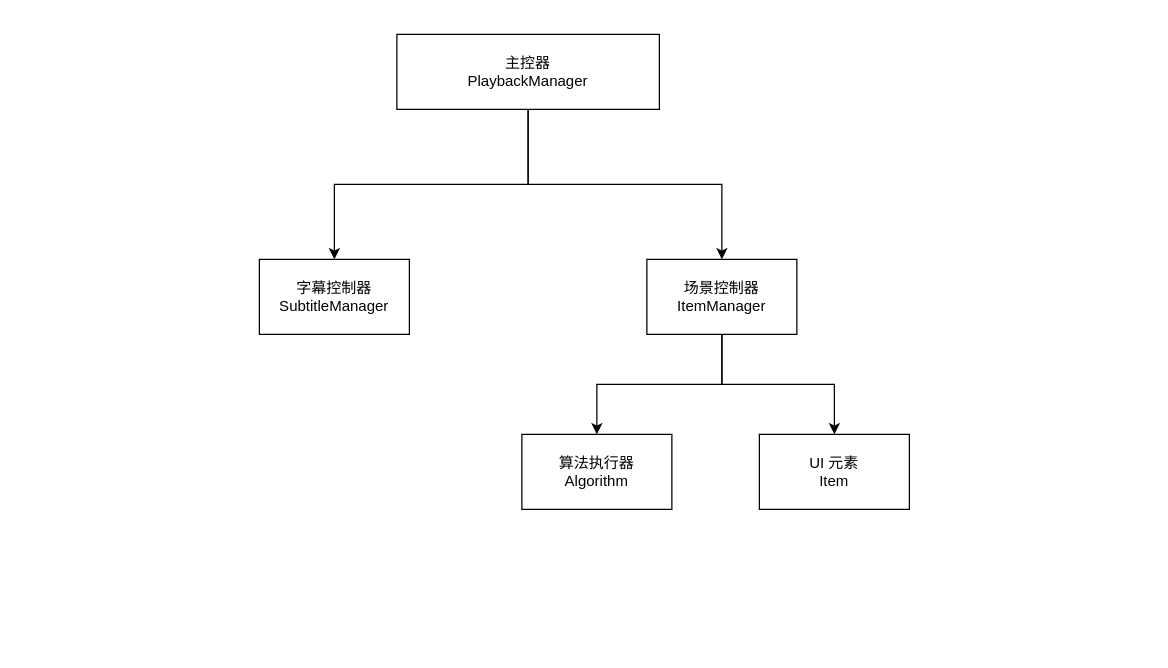
This is architectures/播放器架构图.drawio from k3-studio/drawing, a draw.io file, before an edit. Source tidied: cells renumbered, new cells numbered last; positions are measured from the earlier drawing's top-left corner, leaving out a move shared by most shapes. Both pictures are drawn from the tidied source at 125%, with x=0, y=0 at pixel (259, 34).
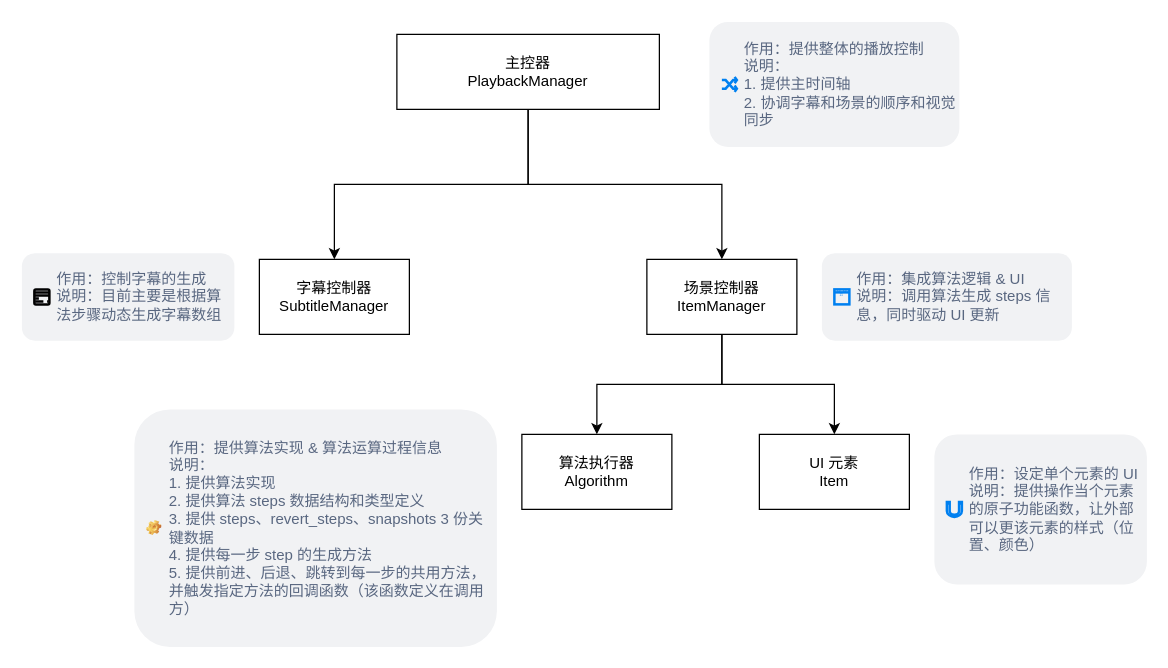
After the change.

Commit message:
播放器架构图.drawio 新增注释

The edit, as a diff of the source:
```diff
@@
+    <mxCell id="11" value="作用：控制字幕的生成&lt;br&gt;说明：目前主要是根据算法步骤动态生成字幕数组" style="rounded=1;align=left;fillColor=#F1F2F4;strokeColor=none;html=1;fontColor=#596780;fontSize=12;spacingLeft=26;whiteSpace=wrap;" parent="1" vertex="1">
+      <mxGeometry x="-190" y="175" width="170" height="70" as="geometry" />
+    </mxCell>
+    <mxCell id="12" style="shape=mxgraph.ios7.icons.credit_card;fillColor=none;strokeColor=default;fontColor=#3333FF;labelPosition=right;verticalLabelPosition=bottom;align=center;verticalAlign=top;html=1;whiteSpace=wrap;spacingLeft=5;labelBackgroundColor=#ffffff;strokeWidth=2;shadow=0;dashed=0;" parent="11" vertex="1">
+      <mxGeometry y="0.5" width="12" height="12" relative="1" as="geometry">
+        <mxPoint x="10" y="-6" as="offset" />
+      </mxGeometry>
+    </mxCell>
+    <mxCell id="13" value="作用：集成算法逻辑 &amp;amp; UI&lt;br&gt;说明：调用算法生成 steps 信息，同时驱动 UI 更新" style="rounded=1;align=left;fillColor=#F1F2F4;strokeColor=none;html=1;fontColor=#596780;fontSize=12;spacingLeft=26;whiteSpace=wrap;" parent="1" vertex="1">
+      <mxGeometry x="450" y="175" width="200" height="70" as="geometry" />
+    </mxCell>
+    <mxCell id="14" style="shape=mxgraph.ios7.icons.calendar;fillColor=none;strokeColor=#0080F0;fontColor=#ffffff;labelPosition=right;verticalLabelPosition=bottom;align=center;verticalAlign=top;html=1;whiteSpace=wrap;spacingLeft=5;labelBackgroundColor=#ffffff;strokeWidth=2;shadow=0;dashed=0;" parent="13" vertex="1">
+      <mxGeometry y="0.5" width="12" height="12" relative="1" as="geometry">
+        <mxPoint x="10" y="-6" as="offset" />
+      </mxGeometry>
+    </mxCell>
+    <mxCell id="15" value="作用：提供算法实现 &amp;amp; 算法运算过程信息&lt;br&gt;说明：&lt;br&gt;1. 提供算法实现&lt;br&gt;2. 提供算法 steps 数据结构和类型定义&lt;br&gt;3. 提供 steps、revert_steps、snapshots 3 份关键数据&lt;br&gt;4. 提供每一步 step 的生成方法&lt;br&gt;5. 提供前进、后退、跳转到每一步的共用方法，并触发指定方法的回调函数（该函数定义在调用方）" style="rounded=1;align=left;fillColor=#F1F2F4;strokeColor=none;html=1;fontColor=#596780;fontSize=12;spacingLeft=26;whiteSpace=wrap;" parent="1" vertex="1">
+      <mxGeometry x="-100" y="300" width="290" height="190" as="geometry" />
+    </mxCell>
+    <mxCell id="16" style="shape=image;fillColor=none;strokeColor=#0080F0;fontColor=#ffffff;labelPosition=right;verticalLabelPosition=bottom;align=center;verticalAlign=top;html=1;whiteSpace=wrap;spacingLeft=5;labelBackgroundColor=#ffffff;strokeWidth=2;shadow=0;dashed=0;imageAspect=0;image=img/clipart/Gear_128x128.png;" parent="15" vertex="1">
+      <mxGeometry y="0.5" width="12" height="12" relative="1" as="geometry">
+        <mxPoint x="10" y="-6" as="offset" />
+      </mxGeometry>
+    </mxCell>
+    <mxCell id="17" value="作用：设定单个元素的 UI&lt;br&gt;说明：提供操作当个元素的原子功能函数，让外部可以更该元素的样式（位置、颜色）" style="rounded=1;align=left;fillColor=#F1F2F4;strokeColor=none;html=1;fontColor=#596780;fontSize=12;spacingLeft=26;whiteSpace=wrap;" parent="1" vertex="1">
+      <mxGeometry x="540" y="320" width="170" height="120" as="geometry" />
+    </mxCell>
+    <mxCell id="18" style="shape=mxgraph.ios7.icons.magnet;fillColor=none;strokeColor=#0080F0;fontColor=#ffffff;labelPosition=right;verticalLabelPosition=bottom;align=center;verticalAlign=top;html=1;whiteSpace=wrap;spacingLeft=5;labelBackgroundColor=#ffffff;strokeWidth=2;shadow=0;dashed=0;" parent="17" vertex="1">
+      <mxGeometry y="0.5" width="12" height="12" relative="1" as="geometry">
+        <mxPoint x="10" y="-6" as="offset" />
+      </mxGeometry>
+    </mxCell>
+    <mxCell id="19" value="作用：提供整体的播放控制&lt;br&gt;说明：&lt;br&gt;1. 提供主时间轴&lt;br&gt;2. 协调字幕和场景的顺序和视觉同步" style="rounded=1;align=left;fillColor=#F1F2F4;strokeColor=none;html=1;fontColor=#596780;fontSize=12;spacingLeft=26;whiteSpace=wrap;" parent="1" vertex="1">
+      <mxGeometry x="360" y="-10" width="200" height="100" as="geometry" />
+    </mxCell>
+    <mxCell id="20" style="shape=mxgraph.ios7.icons.shuffle;fillColor=none;strokeColor=#0080F0;fontColor=#ffffff;labelPosition=right;verticalLabelPosition=bottom;align=center;verticalAlign=top;html=1;whiteSpace=wrap;spacingLeft=5;labelBackgroundColor=#ffffff;strokeWidth=2;shadow=0;dashed=0;" parent="19" vertex="1">
+      <mxGeometry y="0.5" width="12" height="12" relative="1" as="geometry">
+        <mxPoint x="10" y="-6" as="offset" />
+      </mxGeometry>
+    </mxCell>
```
